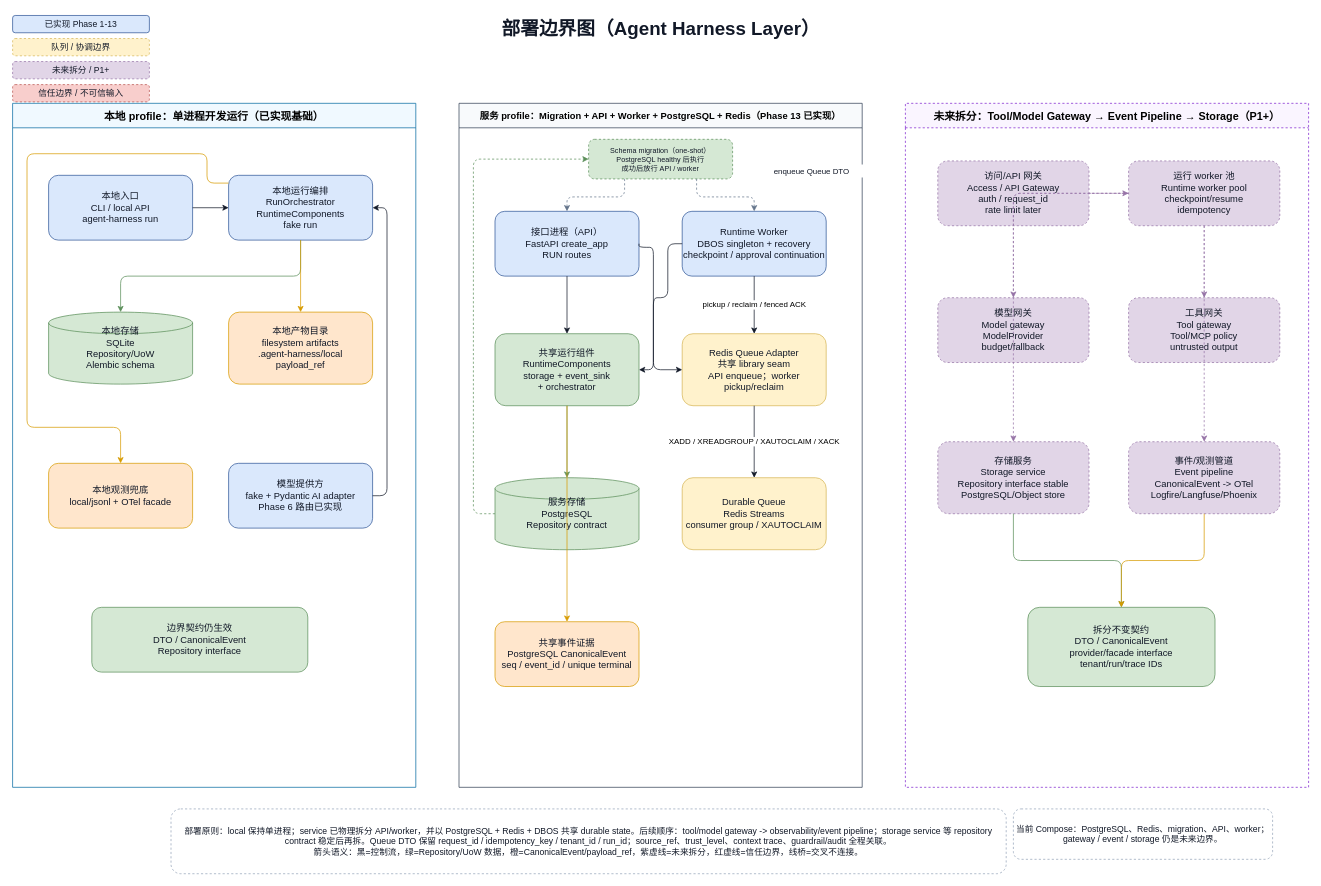
This is docs/architecture/agent-harness-deployment-boundaries.drawio from wdmcheng/agent-harness-layer, a draw.io file, before an edit. Source tidied: cells renumbered, new cells numbered last; positions are measured from the earlier drawing's top-left corner, leaving out a move shared by most shapes. Both pictures are drawn from the tidied source at 72%, with x=0, y=0 at pixel (12, 12).
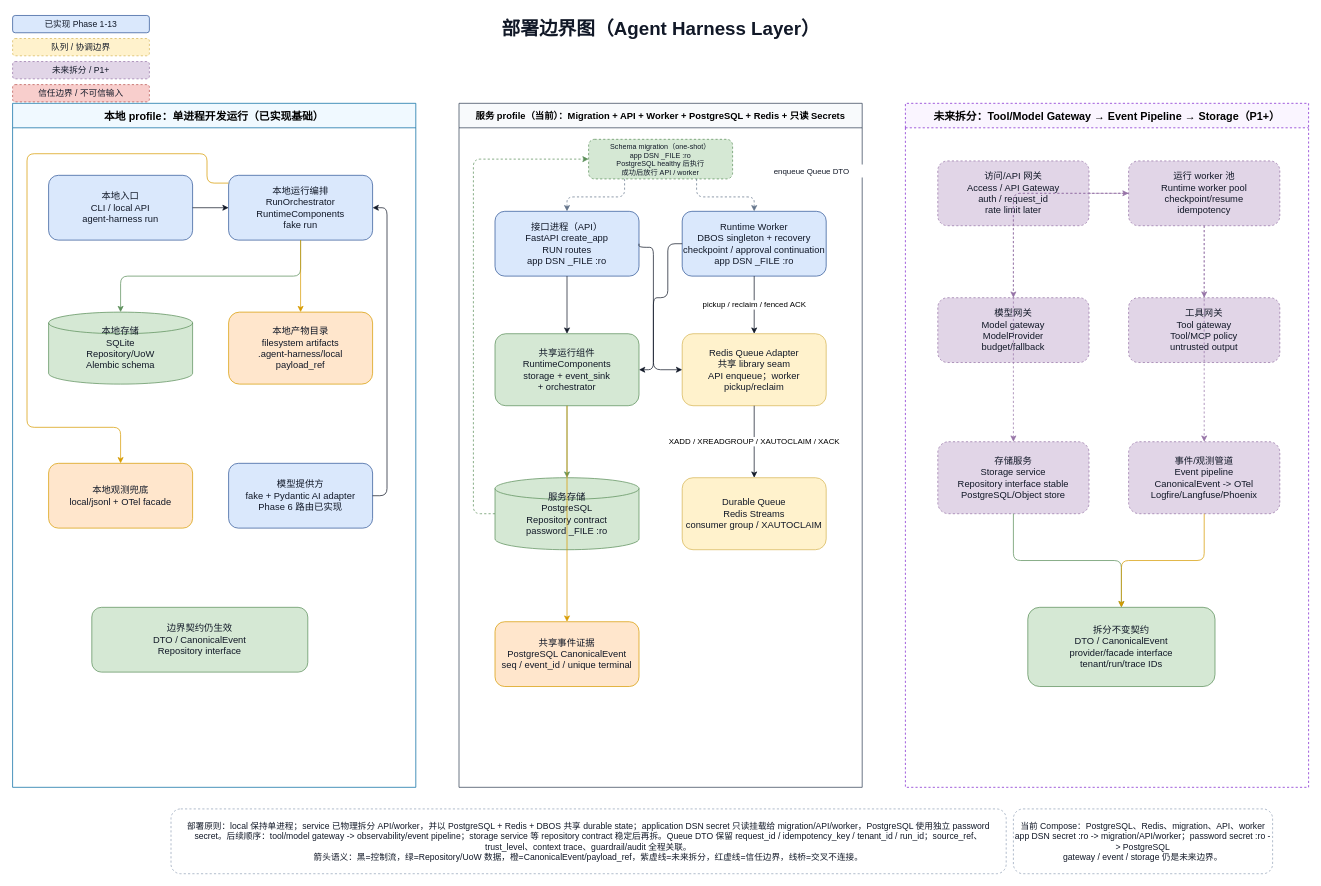
The same page after the edit.

The edit, as a diff of the source:
```diff
@@
-    <mxCell id="8" value="服务 profile：Migration + API + Worker + PostgreSQL + Redis（Phase 13 已实现）" style="swimlane;startSize=34;html=1;whiteSpace=wrap;rounded=0;fontSize=13;fontStyle=1;fillColor=#f8fafc;strokeColor=#334155;" parent="1" vertex="1">
+    <mxCell id="8" value="服务 profile（当前）：Migration + API + Worker + PostgreSQL + Redis + 只读 Secrets" style="swimlane;startSize=34;html=1;whiteSpace=wrap;rounded=0;fontSize=13;fontStyle=1;fillColor=#f8fafc;strokeColor=#334155;" parent="1" vertex="1">
       <mxGeometry x="620" y="126" width="560" height="950" as="geometry" />
     </mxCell>
@@
-    <mxCell id="10" value="部署原则：local 保持单进程；service 已物理拆分 API/worker，并以 PostgreSQL + Redis + DBOS 共享 durable state。后续顺序：tool/model gateway -&gt; observability/event pipeline；storage service 等 repository contract 稳定后再拆。Queue DTO 保留 request_id / idempotency_key / tenant_id / run_id；source_ref、trust_level、context trace、guardrail/audit 全程关联。&#10;箭头语义：黑=控制流，绿=Repository/UoW 数据，橙=CanonicalEvent/payload_ref，紫虚线=未来拆分，红虚线=信任边界，线桥=交叉不连接。" style="rounded=1;whiteSpace=wrap;html=1;fillColor=#ffffff;strokeColor=#94a3b8;fontColor=#111827;fontSize=12;dashed=1;" parent="1" vertex="1">
+    <mxCell id="10" value="部署原则：local 保持单进程；service 已物理拆分 API/worker，并以 PostgreSQL + Redis + DBOS 共享 durable state；application DSN secret 只读挂载给 migration/API/worker，PostgreSQL 使用独立 password secret。后续顺序：tool/model gateway -&gt; observability/event pipeline；storage service 等 repository contract 稳定后再拆。Queue DTO 保留 request_id / idempotency_key / tenant_id / run_id；source_ref、trust_level、context trace、guardrail/audit 全程关联。&#10;箭头语义：黑=控制流，绿=Repository/UoW 数据，橙=CanonicalEvent/payload_ref，紫虚线=未来拆分，红虚线=信任边界，线桥=交叉不连接。" style="rounded=1;whiteSpace=wrap;html=1;fillColor=#ffffff;strokeColor=#94a3b8;fontColor=#111827;fontSize=12;dashed=1;" parent="1" vertex="1">
       <mxGeometry x="220" y="1106" width="1160" height="90" as="geometry" />
     </mxCell>
-    <mxCell id="11" value="当前 Compose：PostgreSQL、Redis、migration、API、worker；gateway / event / storage 仍是未来边界。" style="rounded=1;whiteSpace=wrap;html=1;fillColor=#ffffff;strokeColor=#94a3b8;fontColor=#111827;fontSize=12;dashed=1;" parent="1" vertex="1">
-      <mxGeometry x="1390" y="1106" width="360" height="70" as="geometry" />
+    <mxCell id="11" value="当前 Compose：PostgreSQL、Redis、migration、API、worker&#10;app DSN secret :ro -&gt; migration/API/worker；password secret :ro -&gt; PostgreSQL&#10;gateway / event / storage 仍是未来边界。" style="rounded=1;whiteSpace=wrap;html=1;fillColor=#ffffff;strokeColor=#94a3b8;fontColor=#111827;fontSize=12;dashed=1;" parent="1" vertex="1">
+      <mxGeometry x="1390" y="1106" width="360" height="90" as="geometry" />
     </mxCell>
@@
-    <mxCell id="19" value="接口进程（API）&#10;FastAPI create_app&#10;RUN routes" style="rounded=1;whiteSpace=wrap;html=1;fillColor=#dae8fc;strokeColor=#2f5597;fontColor=#111827;fontSize=13;" parent="8" vertex="1">
+    <mxCell id="19" value="接口进程（API）&#10;FastAPI create_app&#10;RUN routes&#10;app DSN _FILE :ro" style="rounded=1;whiteSpace=wrap;html=1;fillColor=#dae8fc;strokeColor=#2f5597;fontColor=#111827;fontSize=13;" parent="8" vertex="1">
       <mxGeometry x="50" y="150" width="200" height="90" as="geometry" />
     </mxCell>
-    <mxCell id="20" value="Runtime Worker&#10;DBOS singleton + recovery&#10;checkpoint / approval continuation" style="rounded=1;whiteSpace=wrap;html=1;fillColor=#dae8fc;strokeColor=#2f5597;fontColor=#111827;fontSize=13;" parent="8" vertex="1">
+    <mxCell id="20" value="Runtime Worker&#10;DBOS singleton + recovery&#10;checkpoint / approval continuation&#10;app DSN _FILE :ro" style="rounded=1;whiteSpace=wrap;html=1;fillColor=#dae8fc;strokeColor=#2f5597;fontColor=#111827;fontSize=13;" parent="8" vertex="1">
       <mxGeometry x="310" y="150" width="200" height="90" as="geometry" />
     </mxCell>
@@
-    <mxCell id="22" value="服务存储&#10;PostgreSQL&#10;Repository contract" style="shape=cylinder3;whiteSpace=wrap;html=1;fillColor=#d5e8d4;strokeColor=#5b8f5a;fontColor=#111827;fontSize=13;" parent="8" vertex="1">
+    <mxCell id="22" value="服务存储&#10;PostgreSQL&#10;Repository contract&#10;password _FILE :ro" style="shape=cylinder3;whiteSpace=wrap;html=1;fillColor=#d5e8d4;strokeColor=#5b8f5a;fontColor=#111827;fontSize=13;" parent="8" vertex="1">
       <mxGeometry x="50" y="520" width="200" height="100" as="geometry" />
     </mxCell>
@@
-    <mxCell id="25" value="Schema migration（one-shot）&#10;PostgreSQL healthy 后执行&#10;成功后放行 API / worker" style="rounded=1;whiteSpace=wrap;html=1;fillColor=#d5e8d4;strokeColor=#5b8f5a;fontColor=#111827;fontSize=10;dashed=1;" parent="8" vertex="1">
+    <mxCell id="25" value="Schema migration（one-shot）&#10;app DSN _FILE :ro&#10;PostgreSQL healthy 后执行&#10;成功后放行 API / worker" style="rounded=1;whiteSpace=wrap;html=1;fillColor=#d5e8d4;strokeColor=#5b8f5a;fontColor=#111827;fontSize=10;dashed=1;" parent="8" vertex="1">
       <mxGeometry x="180" y="50" width="200" height="55" as="geometry" />
     </mxCell>
```
